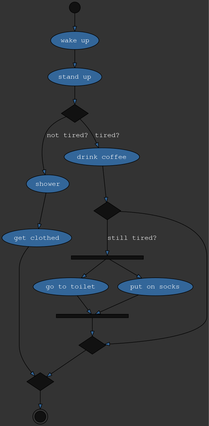
This is examples/simple_test.yaml.png from windler/AwesM, a Graphviz export, as it was before one commit. Its source is kept beside it as examples/simple_test.yaml.png.dot. The source it was exported from:
```dot
digraph  {
graph [bgcolor="#333333"]
node [style="filled" fontcolor="white" fontname="Courier" shape="oval" fillcolor="#336699"]
edge [style="filled" fontcolor="white" fontname="Courier" shape="oval" fillcolor="#336699"]
"cond_6129484611666145821"[shape="diamond" label="" fillcolor="#111111"]
"cond_6129484611666145821"->"cond_3916589616287113937"[label="still tired?"]
"cond_6129484611666145821"->"join_4037200794235010051"
"join_6334824724549167320"[fillcolor="#111111" height="0.1" width="2" shape="rectangle" label=""]
"join_6334824724549167320"->"join_4037200794235010051"
"wake up"
"wake up"->"stand up"
"go to toilet"
"go to toilet"->"join_6334824724549167320"
"join_4037200794235010051"[shape="diamond" label="" fillcolor="#111111"]
"join_4037200794235010051"->"join_8674665223082153551"
"join_8674665223082153551"[shape="diamond" label="" fillcolor="#111111"]
"join_8674665223082153551"->"end"
"end"[shape="doublecircle" label="" style="filled" fillcolor="#111111" height="0.3"]
"stand up"
"stand up"->"cond_5577006791947779410"
"shower"
"shower"->"get clothed"
"get clothed"
"get clothed"->"join_8674665223082153551"
"put on socks"
"put on socks"->"join_6334824724549167320"
"start"[label="" style="filled" fillcolor="#111111" height="0.3" shape="circle"]
"start"->"wake up"
"cond_5577006791947779410"[fillcolor="#111111" shape="diamond" label=""]
"cond_5577006791947779410"->"shower"[label="not tired?"]
"cond_5577006791947779410"->"drink coffee"[label="tired?"]
"drink coffee"
"drink coffee"->"cond_6129484611666145821"
"cond_3916589616287113937"[height="0.1" width="2" shape="rectangle" label="" fillcolor="#111111"]
"cond_3916589616287113937"->"put on socks"
"cond_3916589616287113937"->"go to toilet"
}
```
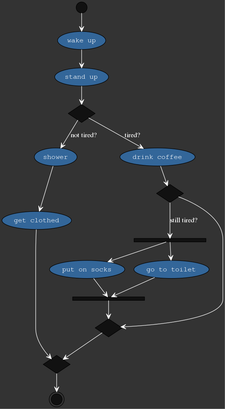
After the commit.

What changed in the source:
```diff
@@ -1,37 +1,37 @@
 digraph  {
 graph [bgcolor="#333333"]
-node [style="filled" fontcolor="white" fontname="Courier" shape="oval" fillcolor="#336699"]
-edge [style="filled" fontcolor="white" fontname="Courier" shape="oval" fillcolor="#336699"]
+node [fillcolor="#336699" style="filled" fontcolor="white" fontname="Courier" shape="oval"]
+edge [splines="curved" arrowhead="open" color="white" fontcolor="white"]
+"wake up"
+"wake up"->"stand up"
+"cond_5577006791947779410"[shape="diamond" label="" fillcolor="#111111"]
+"cond_5577006791947779410"->"shower"[label="not tired?"]
+"cond_5577006791947779410"->"drink coffee"[label="tired?"]
+"drink coffee"
+"drink coffee"->"cond_6129484611666145821"
+"start"[shape="circle" label="" style="filled" fillcolor="#111111" height="0.3"]
+"start"->"wake up"
+"shower"
+"shower"->"get clothed"
+"get clothed"
+"get clothed"->"join_8674665223082153551"
 "cond_6129484611666145821"[shape="diamond" label="" fillcolor="#111111"]
 "cond_6129484611666145821"->"cond_3916589616287113937"[label="still tired?"]
 "cond_6129484611666145821"->"join_4037200794235010051"
-"join_6334824724549167320"[fillcolor="#111111" height="0.1" width="2" shape="rectangle" label=""]
-"join_6334824724549167320"->"join_4037200794235010051"
-"wake up"
-"wake up"->"stand up"
+"cond_3916589616287113937"[width="2" shape="rectangle" label="" fillcolor="#111111" height="0.1"]
+"cond_3916589616287113937"->"put on socks"
+"cond_3916589616287113937"->"go to toilet"
+"put on socks"
+"put on socks"->"join_6334824724549167320"
+"stand up"
+"stand up"->"cond_5577006791947779410"
 "go to toilet"
 "go to toilet"->"join_6334824724549167320"
 "join_4037200794235010051"[shape="diamond" label="" fillcolor="#111111"]
 "join_4037200794235010051"->"join_8674665223082153551"
+"join_6334824724549167320"[shape="rectangle" label="" fillcolor="#111111" height="0.1" width="2"]
+"join_6334824724549167320"->"join_4037200794235010051"
 "join_8674665223082153551"[shape="diamond" label="" fillcolor="#111111"]
 "join_8674665223082153551"->"end"
 "end"[shape="doublecircle" label="" style="filled" fillcolor="#111111" height="0.3"]
-"stand up"
-"stand up"->"cond_5577006791947779410"
-"shower"
-"shower"->"get clothed"
-"get clothed"
-"get clothed"->"join_8674665223082153551"
-"put on socks"
-"put on socks"->"join_6334824724549167320"
-"start"[label="" style="filled" fillcolor="#111111" height="0.3" shape="circle"]
-"start"->"wake up"
-"cond_5577006791947779410"[fillcolor="#111111" shape="diamond" label=""]
-"cond_5577006791947779410"->"shower"[label="not tired?"]
-"cond_5577006791947779410"->"drink coffee"[label="tired?"]
-"drink coffee"
-"drink coffee"->"cond_6129484611666145821"
-"cond_3916589616287113937"[height="0.1" width="2" shape="rectangle" label="" fillcolor="#111111"]
-"cond_3916589616287113937"->"put on socks"
-"cond_3916589616287113937"->"go to toilet"
 }
```
